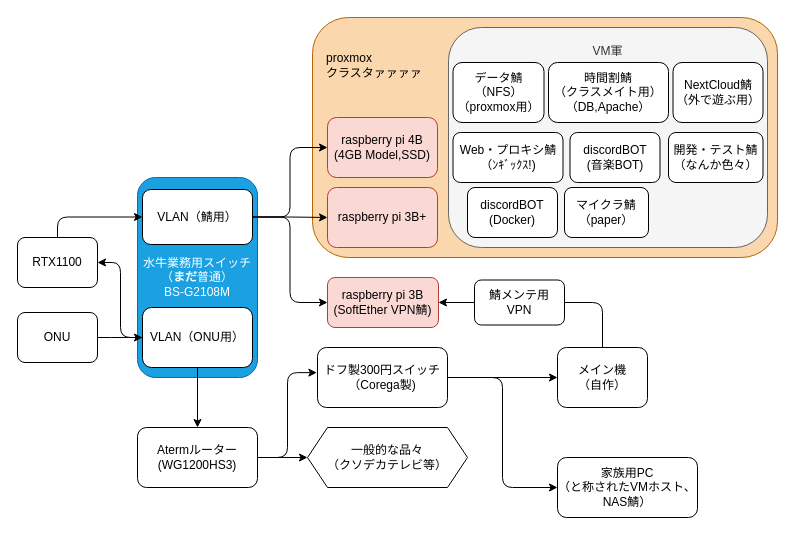
Earlier version of the draw.io diagram editdata.drawio (launchpencil/lp-infra). Source tidied: cells renumbered, new cells numbered last; positions are measured from the earlier drawing's top-left corner, leaving out a move shared by most shapes. Both pictures are drawn from the tidied source at 100%, with x=0, y=0 at pixel (17, 17).
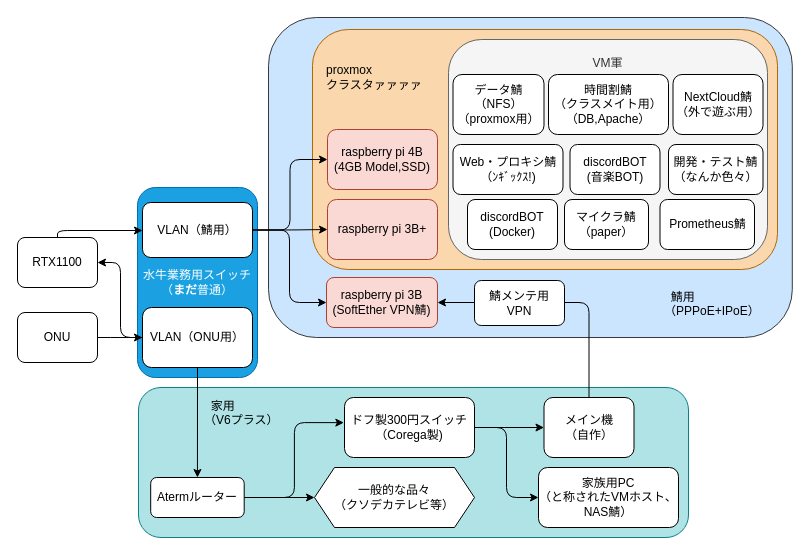
The same page after the edit.

The change refers to these unchanged cells:
```xml
<mxCell id="18" value="RTX1100" style="rounded=1;whiteSpace=wrap;html=1;" parent="1" vertex="1">
  <mxGeometry y="220" width="80" height="50" as="geometry" />
</mxCell>
```

Diff of the diagram source:
```diff
@@
+    <mxCell id="38" style="rounded=1;whiteSpace=wrap;html=1;fillColor=#cce5ff;strokeColor=#36393d;" parent="1" vertex="1">
+      <mxGeometry x="251" width="523.8" height="320" as="geometry" />
+    </mxCell>
+    <mxCell id="39" style="rounded=1;whiteSpace=wrap;html=1;fillColor=#b0e3e6;strokeColor=#0e8088;" parent="1" vertex="1">
+      <mxGeometry x="121" y="370" width="550" height="150" as="geometry" />
+    </mxCell>
     <mxCell id="2" value="&lt;blockquote style=&quot;margin: 0 0 0 40px ; border: none ; padding: 0px&quot;&gt;&lt;/blockquote&gt;&lt;font color=&quot;#000000&quot;&gt;&lt;span style=&quot;text-align: center&quot;&gt;&lt;div style=&quot;text-align: justify&quot;&gt;&lt;span&gt;　proxmox&lt;/span&gt;&lt;/div&gt;&lt;/span&gt;&lt;span style=&quot;text-align: center&quot;&gt;&lt;div style=&quot;text-align: justify&quot;&gt;&lt;span&gt;　クラスタァァァァ&lt;/span&gt;&lt;/div&gt;&lt;/span&gt;&lt;/font&gt;&lt;div style=&quot;text-align: justify&quot;&gt;&lt;font color=&quot;#000000&quot;&gt;&lt;br&gt;&lt;/font&gt;&lt;/div&gt;&lt;div style=&quot;text-align: justify&quot;&gt;&lt;font color=&quot;#000000&quot;&gt;&lt;br&gt;&lt;/font&gt;&lt;/div&gt;&lt;div style=&quot;text-align: justify&quot;&gt;&lt;font color=&quot;#000000&quot;&gt;&lt;br&gt;&lt;/font&gt;&lt;/div&gt;&lt;div style=&quot;text-align: justify&quot;&gt;&lt;font color=&quot;#000000&quot;&gt;&lt;br&gt;&lt;/font&gt;&lt;/div&gt;&lt;div style=&quot;text-align: justify&quot;&gt;&lt;font color=&quot;#000000&quot;&gt;&lt;br&gt;&lt;/font&gt;&lt;/div&gt;&lt;div style=&quot;text-align: justify&quot;&gt;&lt;font color=&quot;#000000&quot;&gt;&amp;nbsp;&lt;/font&gt;&lt;/div&gt;&lt;blockquote style=&quot;margin: 0 0 0 40px ; border: none ; padding: 0px&quot;&gt;&lt;/blockquote&gt;&lt;blockquote style=&quot;margin: 0 0 0 40px ; border: none ; padding: 0px&quot;&gt;&lt;/blockquote&gt;&lt;blockquote style=&quot;margin: 0 0 0 40px ; border: none ; padding: 0px&quot;&gt;&lt;/blockquote&gt;&lt;blockquote style=&quot;margin: 0 0 0 40px ; border: none ; padding: 0px&quot;&gt;&lt;/blockquote&gt;&lt;blockquote style=&quot;margin: 0 0 0 40px ; border: none ; padding: 0px&quot;&gt;&lt;/blockquote&gt;&lt;blockquote style=&quot;margin: 0 0 0 40px ; border: none ; padding: 0px&quot;&gt;&lt;/blockquote&gt;&lt;blockquote style=&quot;margin: 0 0 0 40px ; border: none ; padding: 0px&quot;&gt;&lt;/blockquote&gt;&lt;blockquote style=&quot;text-align: center ; margin: 0px 0px 0px 40px ; border: none ; padding: 0px&quot;&gt;&lt;font color=&quot;#000000&quot;&gt;&lt;br&gt;&lt;/font&gt;&lt;/blockquote&gt;&lt;blockquote style=&quot;text-align: center ; margin: 0px 0px 0px 40px ; border: none ; padding: 0px&quot;&gt;&lt;font color=&quot;#000000&quot;&gt;&lt;br&gt;&lt;/font&gt;&lt;/blockquote&gt;&lt;blockquote style=&quot;text-align: center ; margin: 0px 0px 0px 40px ; border: none ; padding: 0px&quot;&gt;&lt;font color=&quot;#000000&quot;&gt;&lt;br&gt;&lt;/font&gt;&lt;/blockquote&gt;&lt;blockquote style=&quot;text-align: center ; margin: 0px 0px 0px 40px ; border: none ; padding: 0px&quot;&gt;&lt;br&gt;&lt;/blockquote&gt;" style="rounded=1;whiteSpace=wrap;html=1;align=left;fillColor=#fad7ac;strokeColor=#b46504;" parent="1" vertex="1">
-      <mxGeometry x="295" width="465" height="240" as="geometry" />
+      <mxGeometry x="295" y="12" width="465" height="240" as="geometry" />
     </mxCell>
     <mxCell id="3" value="VM軍&lt;br&gt;&lt;br&gt;&lt;br&gt;&lt;br&gt;&lt;br&gt;&lt;br&gt;&lt;br&gt;&lt;br&gt;&lt;br&gt;&lt;br&gt;&lt;br&gt;&lt;br&gt;&lt;br&gt;" style="rounded=1;whiteSpace=wrap;html=1;fillColor=#f5f5f5;strokeColor=#666666;fontColor=#333333;" parent="1" vertex="1">
-      <mxGeometry x="431" y="10" width="319" height="220" as="geometry" />
+      <mxGeometry x="431" y="22" width="319" height="220" as="geometry" />
     </mxCell>
@@
-    <mxCell id="5" value="水牛業務用スイッチ&lt;br&gt;&lt;div&gt;（&lt;b&gt;まだ&lt;/b&gt;普通）&lt;/div&gt;&lt;div&gt;&lt;/div&gt;BS-G2108M" style="rounded=1;whiteSpace=wrap;html=1;fillColor=#1ba1e2;strokeColor=#006EAF;fontColor=#ffffff;" parent="1" vertex="1">
-      <mxGeometry x="120" y="160" width="120" height="200" as="geometry" />
+    <mxCell id="5" value="水牛業務用スイッチ&lt;br&gt;&lt;div&gt;（&lt;b&gt;まだ&lt;/b&gt;普通）&lt;/div&gt;" style="rounded=1;whiteSpace=wrap;html=1;fillColor=#1ba1e2;strokeColor=#006EAF;fontColor=#ffffff;" parent="1" vertex="1">
+      <mxGeometry x="120" y="170" width="120" height="190" as="geometry" />
     </mxCell>
@@
     <mxCell id="9" value="VLAN（鯖用）" style="rounded=1;whiteSpace=wrap;html=1;" parent="1" vertex="1">
-      <mxGeometry x="125" y="172" width="110" height="55" as="geometry" />
+      <mxGeometry x="125" y="185" width="110" height="55" as="geometry" />
     </mxCell>
@@
-    <mxCell id="16" value="Atermルーター&lt;br&gt;(WG1200HS3)" style="rounded=1;whiteSpace=wrap;html=1;" parent="1" vertex="1">
-      <mxGeometry x="120" y="410" width="120" height="60" as="geometry" />
+    <mxCell id="16" value="Atermルーター" style="rounded=1;whiteSpace=wrap;html=1;" parent="1" vertex="1">
+      <mxGeometry x="133.2" y="460" width="93.5" height="40" as="geometry" />
     </mxCell>
     <mxCell id="17" style="edgeStyle=orthogonalEdgeStyle;html=1;exitX=0.5;exitY=0;exitDx=0;exitDy=0;strokeColor=#000000;" parent="1" edge="1" source="18" target="9">
-      <mxGeometry relative="1" as="geometry" />
+      <mxGeometry relative="1" as="geometry">
+        <Array as="points">
+          <mxPoint x="40" y="213" />
+        </Array>
+      </mxGeometry>
     </mxCell>
@@
     <mxCell id="19" value="一般的な品々&lt;br&gt;（クソデカテレビ等）" style="shape=hexagon;perimeter=hexagonPerimeter2;whiteSpace=wrap;html=1;fixedSize=1;" parent="1" vertex="1">
-      <mxGeometry x="290" y="410" width="160" height="60" as="geometry" />
+      <mxGeometry x="297" y="450" width="160" height="60" as="geometry" />
     </mxCell>
@@
     <mxCell id="22" value="ドフ製300円スイッチ&lt;br&gt;（Corega製)" style="rounded=1;whiteSpace=wrap;html=1;" parent="1" vertex="1">
-      <mxGeometry x="300" y="330" width="130" height="60" as="geometry" />
+      <mxGeometry x="327" y="380" width="130" height="60" as="geometry" />
     </mxCell>
@@
     <mxCell id="24" value="メイン機&lt;br&gt;（自作）" style="rounded=1;whiteSpace=wrap;html=1;" parent="1" vertex="1">
-      <mxGeometry x="540" y="330" width="90" height="60" as="geometry" />
+      <mxGeometry x="526.5" y="380" width="90" height="60" as="geometry" />
     </mxCell>
     <mxCell id="25" value="&lt;font color=&quot;#000000&quot;&gt;raspberry pi 3B&lt;br&gt;(SoftEther VPN鯖)&lt;/font&gt;" style="rounded=1;whiteSpace=wrap;html=1;fillColor=#fad9d5;strokeColor=#ae4132;" parent="1" vertex="1">
-      <mxGeometry x="310" y="260" width="111" height="50" as="geometry" />
+      <mxGeometry x="309" y="260" width="111" height="50" as="geometry" />
     </mxCell>
     <mxCell id="26" value="&lt;font color=&quot;#000000&quot;&gt;raspberry pi 4B&lt;br&gt;(4GB Model,SSD)&lt;/font&gt;" style="rounded=1;whiteSpace=wrap;html=1;fillColor=#fad9d5;strokeColor=#ae4132;" parent="1" vertex="1">
-      <mxGeometry x="310" y="100" width="110" height="60" as="geometry" />
+      <mxGeometry x="310" y="112" width="110" height="60" as="geometry" />
     </mxCell>
     <mxCell id="27" value="&lt;font color=&quot;#000000&quot;&gt;raspberry pi 3B+&lt;/font&gt;" style="rounded=1;whiteSpace=wrap;html=1;fillColor=#fad9d5;strokeColor=#ae4132;" parent="1" vertex="1">
-      <mxGeometry x="310" y="170" width="110" height="60" as="geometry" />
+      <mxGeometry x="310" y="182" width="110" height="60" as="geometry" />
     </mxCell>
     <mxCell id="28" value="discordBOT&lt;br&gt;(音楽BOT)" style="rounded=1;whiteSpace=wrap;html=1;" parent="1" vertex="1">
-      <mxGeometry x="552.5" y="115" width="90" height="50" as="geometry" />
+      <mxGeometry x="552.5" y="127" width="90" height="50" as="geometry" />
     </mxCell>
     <mxCell id="29" value="Web・プロキシ鯖&lt;br&gt;（ﾝｷﾞｯｸｽ!)" style="rounded=1;whiteSpace=wrap;html=1;" parent="1" vertex="1">
-      <mxGeometry x="435.5" y="115" width="110" height="50" as="geometry" />
+      <mxGeometry x="435.5" y="127" width="110" height="50" as="geometry" />
     </mxCell>
     <mxCell id="30" value="データ鯖&lt;br&gt;（NFS）（proxmox用）" style="rounded=1;whiteSpace=wrap;html=1;" parent="1" vertex="1">
-      <mxGeometry x="435.5" y="45" width="91" height="60" as="geometry" />
+      <mxGeometry x="435.5" y="57" width="91" height="60" as="geometry" />
     </mxCell>
     <mxCell id="31" value="時間割鯖&lt;br&gt;（クラスメイト用）&lt;br&gt;（DB,Apache）" style="rounded=1;whiteSpace=wrap;html=1;" parent="1" vertex="1">
-      <mxGeometry x="531" y="45" width="120" height="60" as="geometry" />
+      <mxGeometry x="531" y="57" width="120" height="60" as="geometry" />
     </mxCell>
     <mxCell id="32" value="discordBOT&lt;br&gt;(Docker)" style="rounded=1;whiteSpace=wrap;html=1;" parent="1" vertex="1">
-      <mxGeometry x="450" y="170" width="90" height="50" as="geometry" />
+      <mxGeometry x="450" y="182" width="90" height="50" as="geometry" />
     </mxCell>
     <mxCell id="33" value="開発・テスト鯖&lt;br&gt;（なんか色々）" style="rounded=1;whiteSpace=wrap;html=1;" parent="1" vertex="1">
-      <mxGeometry x="651" y="115" width="94.5" height="50" as="geometry" />
+      <mxGeometry x="651" y="127" width="94.5" height="50" as="geometry" />
     </mxCell>
     <mxCell id="34" value="鯖メンテ用&lt;br&gt;VPN" style="rounded=1;whiteSpace=wrap;html=1;" parent="1" vertex="1">
-      <mxGeometry x="457" y="262.5" width="90" height="45" as="geometry" />
+      <mxGeometry x="457" y="263" width="90" height="45" as="geometry" />
     </mxCell>
     <mxCell id="35" value="家族用PC&lt;br&gt;（と称されたVMホスト、NAS鯖）" style="rounded=1;whiteSpace=wrap;html=1;" parent="1" vertex="1">
-      <mxGeometry x="540" y="440" width="140" height="60" as="geometry" />
+      <mxGeometry x="521" y="450" width="140" height="60" as="geometry" />
     </mxCell>
     <mxCell id="36" value="NextCloud鯖&lt;br&gt;（外で遊ぶ用）" style="rounded=1;whiteSpace=wrap;html=1;" parent="1" vertex="1">
-      <mxGeometry x="655.5" y="45" width="90" height="60" as="geometry" />
+      <mxGeometry x="655.5" y="57" width="90" height="60" as="geometry" />
     </mxCell>
     <mxCell id="37" value="マイクラ鯖&lt;br&gt;（paper）" style="rounded=1;whiteSpace=wrap;html=1;" parent="1" vertex="1">
-      <mxGeometry x="547" y="170" width="84" height="50" as="geometry" />
+      <mxGeometry x="547" y="182" width="84" height="50" as="geometry" />
     </mxCell>
+    <mxCell id="40" value="Prometheus鯖" style="rounded=1;whiteSpace=wrap;html=1;" parent="1" vertex="1">
+      <mxGeometry x="642.5" y="182" width="94.5" height="50" as="geometry" />
+    </mxCell>
+    <mxCell id="41" value="  家用&#10;（V6プラス）" style="text;strokeColor=none;fillColor=none;align=left;verticalAlign=middle;spacingLeft=4;spacingRight=4;overflow=hidden;fontSize=12;fontColor=#000000;" parent="1" vertex="1">
+      <mxGeometry x="181" y="380" width="80" height="30" as="geometry" />
+    </mxCell>
+    <mxCell id="42" value="  鯖用&#10;（PPPoE+IPoE）" style="text;strokeColor=none;fillColor=none;align=left;verticalAlign=middle;spacingLeft=4;spacingRight=4;overflow=hidden;fontSize=12;fontColor=#000000;" parent="1" vertex="1">
+      <mxGeometry x="641" y="270.5" width="119" height="30" as="geometry" />
+    </mxCell>
```
